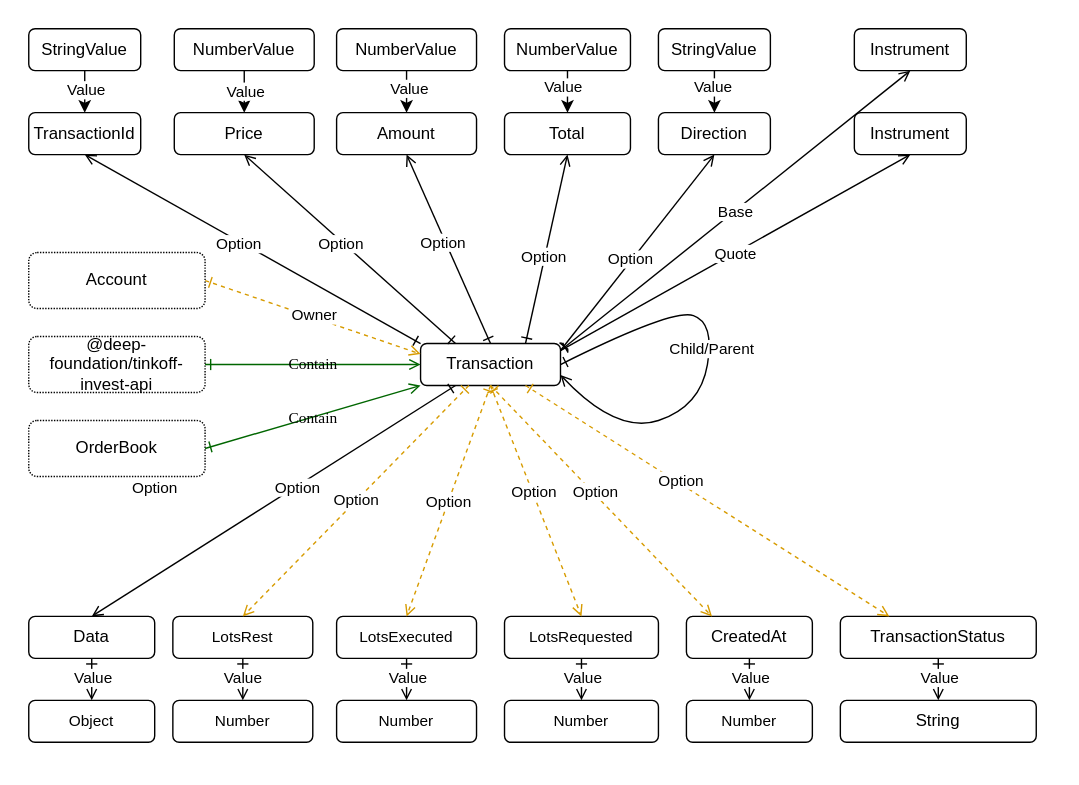
suenot/deep-tinkoff-invest-api keeps this draw.io diagram as src/transaction/Transaction.drawio.svg. Above is the earlier version. Source tidied: cells renumbered, new cells last; positions are measured from the earlier drawing's top-left corner, leaving out a move shared by most shapes.
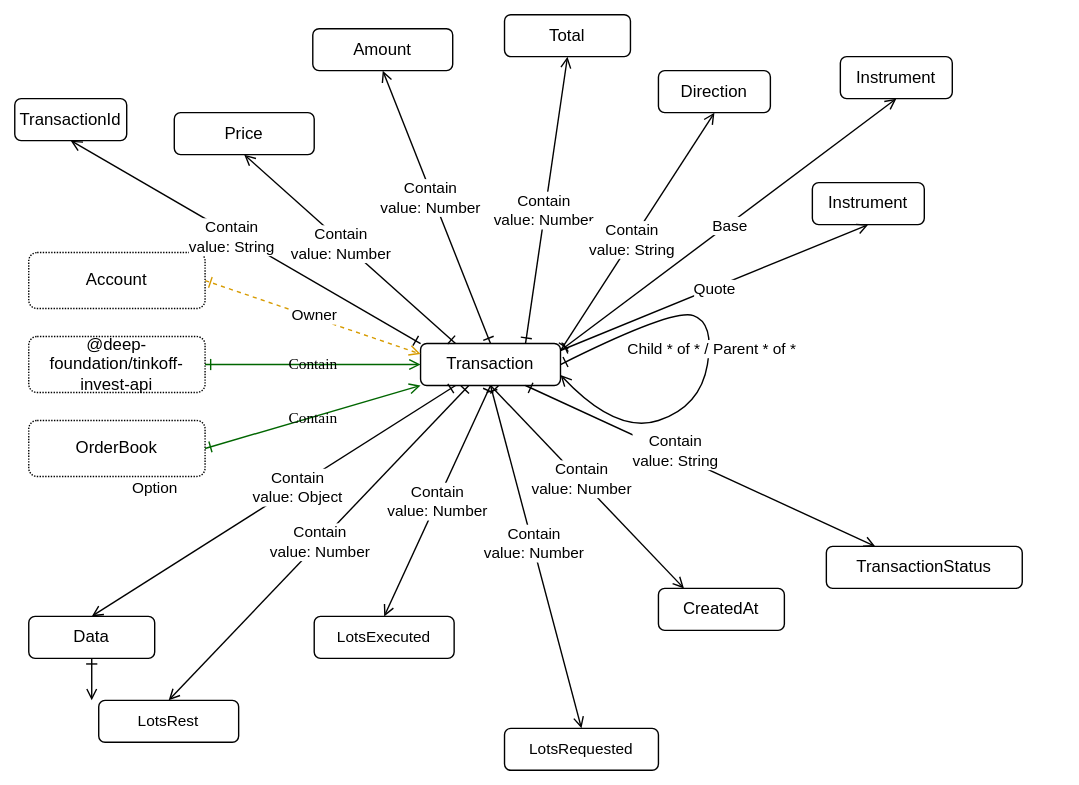
The same diagram one commit later.

Change to the diagram source:
```diff
@@ -8,39 +8,39 @@
     <mxCell id="3" style="edgeStyle=none;html=1;exitX=0.5;exitY=0;exitDx=0;exitDy=0;entryX=0.5;entryY=1;entryDx=0;entryDy=0;startArrow=ERone;startFill=0;endArrow=open;endFill=0;" parent="1" edge="1" source="5" target="6">
       <mxGeometry relative="1" as="geometry" />
     </mxCell>
-    <mxCell id="4" value="Option" style="edgeLabel;html=1;align=center;verticalAlign=middle;" parent="3" vertex="1">
+    <mxCell id="4" value="Contain&lt;br&gt;value: Number" style="edgeLabel;html=1;align=center;verticalAlign=middle;" parent="3" vertex="1">
       <mxGeometry x="0.08" y="2" relative="1" as="geometry" />
     </mxCell>
     <mxCell id="5" value="Transaction" style="rounded=1;whiteSpace=wrap;html=1;labelBackgroundColor=none;" parent="1" vertex="1">
       <mxGeometry x="300" y="245" width="100" height="30" as="geometry" />
     </mxCell>
     <mxCell id="6" value="Amount" style="rounded=1;whiteSpace=wrap;html=1;labelBackgroundColor=none;" parent="1" vertex="1">
-      <mxGeometry x="240" y="80" width="100" height="30" as="geometry" />
+      <mxGeometry x="223" y="20" width="100" height="30" as="geometry" />
     </mxCell>
     <mxCell id="7" style="edgeStyle=none;html=1;exitX=0.75;exitY=0;exitDx=0;exitDy=0;startArrow=ERone;startFill=0;entryX=0.5;entryY=1;entryDx=0;entryDy=0;endArrow=open;endFill=0;" parent="1" edge="1" source="5" target="9">
       <mxGeometry relative="1" as="geometry" />
     </mxCell>
-    <mxCell id="8" value="Option" style="edgeLabel;html=1;align=center;verticalAlign=middle;" parent="7" vertex="1">
+    <mxCell id="8" value="Contain&lt;br&gt;value: Number" style="edgeLabel;html=1;align=center;verticalAlign=middle;" parent="7" vertex="1">
       <mxGeometry x="-0.07" y="1" relative="1" as="geometry" />
     </mxCell>
     <mxCell id="9" value="Total" style="rounded=1;whiteSpace=wrap;html=1;labelBackgroundColor=none;" parent="1" vertex="1">
-      <mxGeometry x="360" y="80" width="90" height="30" as="geometry" />
+      <mxGeometry x="360" y="10" width="90" height="30" as="geometry" />
     </mxCell>
     <mxCell id="10" value="Direction" style="rounded=1;whiteSpace=wrap;html=1;labelBackgroundColor=none;" parent="1" vertex="1">
-      <mxGeometry x="470" y="80" width="80" height="30" as="geometry" />
+      <mxGeometry x="470" y="50" width="80" height="30" as="geometry" />
     </mxCell>
     <mxCell id="11" style="edgeStyle=none;html=1;startArrow=ERone;startFill=0;entryX=0.5;entryY=1;entryDx=0;entryDy=0;endArrow=open;endFill=0;strokeColor=#000000;" parent="1" edge="1" target="10">
       <mxGeometry relative="1" as="geometry">
         <mxPoint x="400" y="250" as="sourcePoint" />
       </mxGeometry>
     </mxCell>
-    <mxCell id="12" value="Option" style="edgeLabel;html=1;align=center;verticalAlign=middle;" parent="11" vertex="1">
+    <mxCell id="12" value="Contain&lt;br&gt;value: String" style="edgeLabel;html=1;align=center;verticalAlign=middle;" parent="11" vertex="1">
       <mxGeometry x="-0.07" y="1" relative="1" as="geometry" />
     </mxCell>
     <mxCell id="13" style="edgeStyle=none;html=1;exitX=0.25;exitY=0;exitDx=0;exitDy=0;startArrow=ERone;startFill=0;endArrow=open;endFill=0;entryX=0.5;entryY=1;entryDx=0;entryDy=0;" parent="1" edge="1" source="5" target="15">
       <mxGeometry relative="1" as="geometry" />
     </mxCell>
-    <mxCell id="14" value="Option" style="edgeLabel;html=1;align=center;verticalAlign=middle;" parent="13" vertex="1">
+    <mxCell id="14" value="Contain&lt;br&gt;value: Number" style="edgeLabel;html=1;align=center;verticalAlign=middle;" parent="13" vertex="1">
       <mxGeometry x="0.08" y="2" relative="1" as="geometry" />
     </mxCell>
     <mxCell id="15" value="Price" style="rounded=1;whiteSpace=wrap;html=1;labelBackgroundColor=none;" parent="1" vertex="1">
@@ -62,12 +62,12 @@
       <mxGeometry relative="1" as="geometry" />
     </mxCell>
     <mxCell id="21" value="CreatedAt" style="rounded=1;whiteSpace=wrap;html=1;labelBackgroundColor=none;" parent="1" vertex="1">
-      <mxGeometry x="490" y="440" width="90" height="30" as="geometry" />
+      <mxGeometry x="470" y="420" width="90" height="30" as="geometry" />
     </mxCell>
-    <mxCell id="22" style="edgeStyle=none;html=1;exitX=0.5;exitY=1;exitDx=0;exitDy=0;startArrow=ERone;startFill=0;entryX=0.203;entryY=0;entryDx=0;entryDy=0;endArrow=open;endFill=0;entryPerimeter=0;dashed=1;strokeColor=#D79B00;" parent="1" edge="1" source="5" target="21">
+    <mxCell id="22" style="edgeStyle=none;html=1;exitX=0.5;exitY=1;exitDx=0;exitDy=0;startArrow=ERone;startFill=0;entryX=0.203;entryY=0;entryDx=0;entryDy=0;endArrow=open;endFill=0;entryPerimeter=0;strokeColor=#000000;" parent="1" edge="1" source="5" target="21">
       <mxGeometry relative="1" as="geometry" />
     </mxCell>
-    <mxCell id="23" value="Option" style="edgeLabel;html=1;align=center;verticalAlign=middle;" parent="22" vertex="1">
+    <mxCell id="23" value="Contain&lt;br&gt;value: Number" style="edgeLabel;html=1;align=center;verticalAlign=middle;" parent="22" vertex="1">
       <mxGeometry x="-0.07" y="1" relative="1" as="geometry" />
     </mxCell>
     <mxCell id="24" value="OrderBook" style="rounded=1;whiteSpace=wrap;html=1;labelBackgroundColor=none;dashed=1;dashPattern=1 1;" parent="1" vertex="1">
@@ -77,27 +77,27 @@
       <mxGeometry relative="1" as="geometry" />
     </mxCell>
     <mxCell id="26" value="TransactionId" style="rounded=1;whiteSpace=wrap;html=1;labelBackgroundColor=none;" parent="1" vertex="1">
-      <mxGeometry x="20" y="80" width="80" height="30" as="geometry" />
+      <mxGeometry x="10" y="70" width="80" height="30" as="geometry" />
     </mxCell>
     <mxCell id="27" style="edgeStyle=none;html=1;exitX=0;exitY=0;exitDx=0;exitDy=0;startArrow=ERone;startFill=0;endArrow=open;endFill=0;entryX=0.5;entryY=1;entryDx=0;entryDy=0;" parent="1" edge="1" source="5" target="26">
       <mxGeometry relative="1" as="geometry" />
     </mxCell>
-    <mxCell id="28" value="Option" style="edgeLabel;html=1;align=center;verticalAlign=middle;" parent="27" vertex="1">
+    <mxCell id="28" value="Contain&lt;br&gt;value: String" style="edgeLabel;html=1;align=center;verticalAlign=middle;" parent="27" vertex="1">
       <mxGeometry x="0.08" y="2" relative="1" as="geometry" />
     </mxCell>
     <mxCell id="29" value="&lt;span style=&quot;font-size: 11px ; background-color: rgb(255 , 255 , 255)&quot;&gt;LotsRequested&lt;/span&gt;" style="rounded=1;whiteSpace=wrap;html=1;labelBackgroundColor=none;" parent="1" vertex="1">
-      <mxGeometry x="360" y="440" width="110" height="30" as="geometry" />
+      <mxGeometry x="360" y="520" width="110" height="30" as="geometry" />
     </mxCell>
-    <mxCell id="30" style="edgeStyle=none;html=1;exitX=0.5;exitY=1;exitDx=0;exitDy=0;startArrow=ERone;startFill=0;entryX=0.5;entryY=0;entryDx=0;entryDy=0;endArrow=open;endFill=0;dashed=1;strokeColor=#D79B00;" parent="1" edge="1" source="5" target="29">
+    <mxCell id="30" style="edgeStyle=none;html=1;exitX=0.5;exitY=1;exitDx=0;exitDy=0;startArrow=ERone;startFill=0;entryX=0.5;entryY=0;entryDx=0;entryDy=0;endArrow=open;endFill=0;strokeColor=#000000;" parent="1" edge="1" source="5" target="29">
       <mxGeometry relative="1" as="geometry" />
     </mxCell>
-    <mxCell id="31" value="Option" style="edgeLabel;html=1;align=center;verticalAlign=middle;" parent="30" vertex="1">
+    <mxCell id="31" value="Contain&lt;br&gt;value: Number" style="edgeLabel;html=1;align=center;verticalAlign=middle;" parent="30" vertex="1">
       <mxGeometry x="-0.07" y="1" relative="1" as="geometry" />
     </mxCell>
     <mxCell id="32" value="&lt;span style=&quot;font-size: 11px ; background-color: rgb(255 , 255 , 255)&quot;&gt;LotsExecuted&lt;/span&gt;" style="rounded=1;whiteSpace=wrap;html=1;labelBackgroundColor=none;" parent="1" vertex="1">
-      <mxGeometry x="240" y="440" width="100" height="30" as="geometry" />
+      <mxGeometry x="224" y="440" width="100" height="30" as="geometry" />
     </mxCell>
-    <mxCell id="33" value="Option" style="edgeStyle=none;html=1;exitX=0.5;exitY=1;exitDx=0;exitDy=0;startArrow=ERone;startFill=0;entryX=0.5;entryY=0;entryDx=0;entryDy=0;endArrow=open;endFill=0;dashed=1;strokeColor=#D79B00;" parent="1" edge="1" source="5" target="32">
+    <mxCell id="33" value="Contain&lt;br&gt;value: Number" style="edgeStyle=none;html=1;exitX=0.5;exitY=1;exitDx=0;exitDy=0;startArrow=ERone;startFill=0;entryX=0.5;entryY=0;entryDx=0;entryDy=0;endArrow=open;endFill=0;strokeColor=#000000;" parent="1" edge="1" source="5" target="32">
       <mxGeometry relative="1" as="geometry" />
     </mxCell>
     <mxCell id="34" value="Data" style="rounded=1;whiteSpace=wrap;html=1;labelBackgroundColor=none;" parent="1" vertex="1">
@@ -106,112 +106,23 @@
     <mxCell id="35" style="edgeStyle=none;html=1;exitX=0.25;exitY=1;exitDx=0;exitDy=0;startArrow=ERone;startFill=0;entryX=0.5;entryY=0;entryDx=0;entryDy=0;endArrow=open;endFill=0;" parent="1" edge="1" source="5" target="34">
       <mxGeometry relative="1" as="geometry" />
     </mxCell>
-    <mxCell id="36" value="Option" style="edgeLabel;html=1;align=center;verticalAlign=middle;" parent="35" vertex="1">
+    <mxCell id="36" value="Contain&lt;br&gt;value: Object" style="edgeLabel;html=1;align=center;verticalAlign=middle;" parent="35" vertex="1">
       <mxGeometry x="-0.12" relative="1" as="geometry" />
     </mxCell>
     <mxCell id="37" value="&lt;span&gt;TransactionStatus&lt;/span&gt;" style="rounded=1;whiteSpace=wrap;html=1;labelBackgroundColor=none;" parent="1" vertex="1">
-      <mxGeometry x="600" y="440" width="140" height="30" as="geometry" />
+      <mxGeometry x="590" y="390" width="140" height="30" as="geometry" />
     </mxCell>
-    <mxCell id="38" style="edgeStyle=none;html=1;exitX=0.75;exitY=1;exitDx=0;exitDy=0;startArrow=ERone;startFill=0;entryX=0.25;entryY=0;entryDx=0;entryDy=0;endArrow=open;endFill=0;dashed=1;strokeColor=#D79B00;" parent="1" edge="1" source="5" target="37">
+    <mxCell id="38" style="edgeStyle=none;html=1;exitX=0.75;exitY=1;exitDx=0;exitDy=0;startArrow=ERone;startFill=0;entryX=0.25;entryY=0;entryDx=0;entryDy=0;endArrow=open;endFill=0;strokeColor=#000000;" parent="1" edge="1" source="5" target="37">
       <mxGeometry relative="1" as="geometry" />
     </mxCell>
-    <mxCell id="39" value="Option" style="edgeLabel;html=1;align=center;verticalAlign=middle;" parent="38" vertex="1">
+    <mxCell id="39" value="Contain&lt;br&gt;value: String" style="edgeLabel;html=1;align=center;verticalAlign=middle;" parent="38" vertex="1">
       <mxGeometry x="-0.16" y="2" relative="1" as="geometry" />
     </mxCell>
-    <mxCell id="40" value="&lt;span style=&quot;font-size: 11px ; background-color: rgb(255 , 255 , 255)&quot;&gt;Number&lt;/span&gt;" style="rounded=1;whiteSpace=wrap;html=1;labelBackgroundColor=none;" parent="1" vertex="1">
-      <mxGeometry x="360" y="500" width="110" height="30" as="geometry" />
-    </mxCell>
-    <mxCell id="41" style="edgeStyle=none;html=1;exitX=0.5;exitY=1;exitDx=0;exitDy=0;startArrow=ERone;startFill=0;entryX=0.5;entryY=0;entryDx=0;entryDy=0;endArrow=open;endFill=0;" parent="1" edge="1" source="29" target="40">
-      <mxGeometry relative="1" as="geometry" />
-    </mxCell>
-    <mxCell id="42" value="Value" style="edgeLabel;html=1;align=center;verticalAlign=middle;" parent="41" vertex="1">
-      <mxGeometry x="-0.12" relative="1" as="geometry" />
-    </mxCell>
-    <mxCell id="43" value="&lt;span style=&quot;font-size: 11px ; background-color: rgb(255 , 255 , 255)&quot;&gt;Number&lt;/span&gt;" style="rounded=1;whiteSpace=wrap;html=1;labelBackgroundColor=none;" parent="1" vertex="1">
-      <mxGeometry x="240" y="500" width="100" height="30" as="geometry" />
-    </mxCell>
-    <mxCell id="44" style="edgeStyle=none;html=1;exitX=0.5;exitY=1;exitDx=0;exitDy=0;startArrow=ERone;startFill=0;endArrow=open;endFill=0;" parent="1" edge="1" source="32" target="43">
-      <mxGeometry relative="1" as="geometry" />
-    </mxCell>
-    <mxCell id="45" value="Value" style="edgeLabel;html=1;align=center;verticalAlign=middle;" parent="44" vertex="1">
-      <mxGeometry x="-0.12" relative="1" as="geometry" />
-    </mxCell>
-    <mxCell id="46" value="&lt;span style=&quot;font-size: 11px ; background-color: rgb(255 , 255 , 255)&quot;&gt;Object&lt;/span&gt;" style="rounded=1;whiteSpace=wrap;html=1;labelBackgroundColor=none;" parent="1" vertex="1">
-      <mxGeometry x="20" y="500" width="90" height="30" as="geometry" />
-    </mxCell>
-    <mxCell id="47" style="edgeStyle=none;html=1;exitX=0.5;exitY=1;exitDx=0;exitDy=0;startArrow=ERone;startFill=0;endArrow=open;endFill=0;" parent="1" edge="1" source="34" target="46">
-      <mxGeometry relative="1" as="geometry" />
+    <mxCell id="47" style="edgeStyle=none;html=1;exitX=0.5;exitY=1;exitDx=0;exitDy=0;startArrow=ERone;startFill=0;endArrow=open;endFill=0;" parent="1" edge="1" source="34">
+      <mxGeometry relative="1" as="geometry">
+        <mxPoint x="65" y="500" as="targetPoint" />
+      </mxGeometry>
     </mxCell>
-    <mxCell id="48" value="Value" style="edgeLabel;html=1;align=center;verticalAlign=middle;" parent="47" vertex="1">
-      <mxGeometry x="-0.12" relative="1" as="geometry" />
-    </mxCell>
-    <mxCell id="49" value="&lt;span style=&quot;font-size: 11px ; background-color: rgb(255 , 255 , 255)&quot;&gt;Number&lt;/span&gt;" style="rounded=1;whiteSpace=wrap;html=1;labelBackgroundColor=none;" parent="1" vertex="1">
-      <mxGeometry x="490" y="500" width="90" height="30" as="geometry" />
-    </mxCell>
-    <mxCell id="50" style="edgeStyle=none;html=1;startArrow=ERone;startFill=0;entryX=0.5;entryY=0;entryDx=0;entryDy=0;endArrow=open;endFill=0;exitX=0.5;exitY=1;exitDx=0;exitDy=0;" parent="1" edge="1" source="21" target="49">
-      <mxGeometry relative="1" as="geometry" />
-    </mxCell>
-    <mxCell id="51" value="Value" style="edgeLabel;html=1;align=center;verticalAlign=middle;" parent="50" vertex="1">
-      <mxGeometry x="-0.12" relative="1" as="geometry" />
-    </mxCell>
-    <mxCell id="52" value="String" style="rounded=1;whiteSpace=wrap;html=1;labelBackgroundColor=none;" parent="1" vertex="1">
-      <mxGeometry x="600" y="500" width="140" height="30" as="geometry" />
-    </mxCell>
-    <mxCell id="53" style="edgeStyle=none;html=1;startArrow=ERone;startFill=0;entryX=0.5;entryY=0;entryDx=0;entryDy=0;endArrow=open;endFill=0;exitX=0.5;exitY=1;exitDx=0;exitDy=0;" parent="1" edge="1" source="37" target="52">
-      <mxGeometry relative="1" as="geometry" />
-    </mxCell>
-    <mxCell id="54" value="Value" style="edgeLabel;html=1;align=center;verticalAlign=middle;" parent="53" vertex="1">
-      <mxGeometry x="-0.12" relative="1" as="geometry" />
-    </mxCell>
-    <mxCell id="55" style="edgeStyle=none;html=1;exitX=0.5;exitY=1;exitDx=0;exitDy=0;entryX=0.5;entryY=0;entryDx=0;entryDy=0;" parent="1" edge="1" source="57" target="10">
-      <mxGeometry relative="1" as="geometry" />
-    </mxCell>
-    <mxCell id="56" value="Value" style="edgeLabel;html=1;align=center;verticalAlign=middle;" parent="55" vertex="1">
-      <mxGeometry x="-0.3" y="-2" relative="1" as="geometry" />
-    </mxCell>
-    <mxCell id="57" value="StringValue" style="rounded=1;whiteSpace=wrap;html=1;labelBackgroundColor=none;" parent="1" vertex="1">
-      <mxGeometry x="470" y="20" width="80" height="30" as="geometry" />
-    </mxCell>
-    <mxCell id="58" style="edgeStyle=none;html=1;exitX=0.5;exitY=1;exitDx=0;exitDy=0;entryX=0.5;entryY=0;entryDx=0;entryDy=0;" parent="1" edge="1" source="60" target="9">
-      <mxGeometry relative="1" as="geometry" />
-    </mxCell>
-    <mxCell id="59" value="Value" style="edgeLabel;html=1;align=center;verticalAlign=middle;" parent="58" vertex="1">
-      <mxGeometry x="-0.3" y="-4" relative="1" as="geometry" />
-    </mxCell>
-    <mxCell id="60" value="NumberValue" style="rounded=1;whiteSpace=wrap;html=1;labelBackgroundColor=none;" parent="1" vertex="1">
-      <mxGeometry x="360" y="20" width="90" height="30" as="geometry" />
-    </mxCell>
-    <mxCell id="61" style="edgeStyle=none;html=1;exitX=0.5;exitY=1;exitDx=0;exitDy=0;entryX=0.5;entryY=0;entryDx=0;entryDy=0;" parent="1" edge="1" source="63" target="6">
-      <mxGeometry relative="1" as="geometry" />
-    </mxCell>
-    <mxCell id="62" value="Value" style="edgeLabel;html=1;align=center;verticalAlign=middle;" parent="61" vertex="1">
-      <mxGeometry x="-0.23" y="1" relative="1" as="geometry" />
-    </mxCell>
-    <mxCell id="63" value="NumberValue" style="rounded=1;whiteSpace=wrap;html=1;labelBackgroundColor=none;" parent="1" vertex="1">
-      <mxGeometry x="240" y="20" width="100" height="30" as="geometry" />
-    </mxCell>
-    <mxCell id="64" style="edgeStyle=none;html=1;exitX=0.5;exitY=1;exitDx=0;exitDy=0;" parent="1" edge="1" source="66">
-      <mxGeometry relative="1" as="geometry">
-        <mxPoint x="174" y="80" as="targetPoint" />
-      </mxGeometry>
-    </mxCell>
-    <mxCell id="65" value="Value" style="edgeLabel;html=1;align=center;verticalAlign=middle;" parent="64" vertex="1">
-      <mxGeometry x="-0.1" relative="1" as="geometry" />
-    </mxCell>
-    <mxCell id="66" value="NumberValue" style="rounded=1;whiteSpace=wrap;html=1;labelBackgroundColor=none;" parent="1" vertex="1">
-      <mxGeometry x="124" y="20" width="100" height="30" as="geometry" />
-    </mxCell>
-    <mxCell id="67" style="edgeStyle=none;html=1;" parent="1" edge="1" source="69" target="26">
-      <mxGeometry relative="1" as="geometry" />
-    </mxCell>
-    <mxCell id="68" value="Value" style="edgeLabel;html=1;align=center;verticalAlign=middle;" parent="67" vertex="1">
-      <mxGeometry x="-0.17" relative="1" as="geometry">
-        <mxPoint y="1" as="offset" />
-      </mxGeometry>
-    </mxCell>
-    <mxCell id="69" value="StringValue" style="rounded=1;whiteSpace=wrap;html=1;labelBackgroundColor=none;" parent="1" vertex="1">
-      <mxGeometry x="20" y="20" width="80" height="30" as="geometry" />
-    </mxCell>
     <mxCell id="70" style="edgeStyle=none;html=1;startArrow=ERone;startFill=0;endArrow=open;endFill=0;strokeColor=#000000;exitX=1;exitY=0.5;exitDx=0;exitDy=0;curved=1;entryX=1;entryY=0.75;entryDx=0;entryDy=0;" parent="1" edge="1" source="5" target="5">
       <mxGeometry relative="1" as="geometry">
         <Array as="points">
@@ -222,11 +133,11 @@
         </Array>
       </mxGeometry>
     </mxCell>
-    <mxCell id="71" value="Child/Parent" style="edgeLabel;html=1;align=center;verticalAlign=middle;" parent="70" vertex="1">
+    <mxCell id="71" value="Child * of * / Parent * of *" style="edgeLabel;html=1;align=center;verticalAlign=middle;" parent="70" vertex="1">
       <mxGeometry x="-0.07" y="1" relative="1" as="geometry" />
     </mxCell>
     <mxCell id="72" value="Instrument" style="rounded=1;whiteSpace=wrap;html=1;labelBackgroundColor=none;" parent="1" vertex="1">
-      <mxGeometry x="610" y="80" width="80" height="30" as="geometry" />
+      <mxGeometry x="580" y="130" width="80" height="30" as="geometry" />
     </mxCell>
     <mxCell id="73" style="edgeStyle=none;html=1;startArrow=ERone;startFill=0;entryX=0.5;entryY=1;entryDx=0;entryDy=0;endArrow=open;endFill=0;strokeColor=#000000;" parent="1" edge="1" target="72">
       <mxGeometry relative="1" as="geometry">
@@ -237,7 +148,7 @@
       <mxGeometry relative="1" as="geometry" />
     </mxCell>
     <mxCell id="75" value="Instrument" style="rounded=1;whiteSpace=wrap;html=1;labelBackgroundColor=none;" parent="1" vertex="1">
-      <mxGeometry x="610" y="20" width="80" height="30" as="geometry" />
+      <mxGeometry x="600" y="40" width="80" height="30" as="geometry" />
     </mxCell>
     <mxCell id="76" style="edgeStyle=none;html=1;startArrow=ERone;startFill=0;entryX=0.5;entryY=1;entryDx=0;entryDy=0;endArrow=open;endFill=0;strokeColor=#000000;" parent="1" edge="1" target="75">
       <mxGeometry relative="1" as="geometry">
@@ -248,22 +159,13 @@
       <mxGeometry relative="1" as="geometry" />
     </mxCell>
     <mxCell id="78" value="&lt;span style=&quot;font-size: 11px ; background-color: rgb(255 , 255 , 255)&quot;&gt;LotsRest&lt;/span&gt;" style="rounded=1;whiteSpace=wrap;html=1;labelBackgroundColor=none;" parent="1" vertex="1">
-      <mxGeometry x="123" y="440" width="100" height="30" as="geometry" />
+      <mxGeometry x="70" y="500" width="100" height="30" as="geometry" />
     </mxCell>
-    <mxCell id="79" value="Option" style="edgeStyle=none;html=1;exitX=0.345;exitY=1;exitDx=0;exitDy=0;startArrow=ERone;startFill=0;entryX=0.5;entryY=0;entryDx=0;entryDy=0;endArrow=open;endFill=0;dashed=1;strokeColor=#D79B00;exitPerimeter=0;" parent="1" edge="1" source="5" target="78">
+    <mxCell id="79" value="Contain&lt;br&gt;value: Number" style="edgeStyle=none;html=1;exitX=0.345;exitY=1;exitDx=0;exitDy=0;startArrow=ERone;startFill=0;entryX=0.5;entryY=0;entryDx=0;entryDy=0;endArrow=open;endFill=0;strokeColor=#000000;exitPerimeter=0;" parent="1" edge="1" source="5" target="78">
       <mxGeometry relative="1" as="geometry" />
     </mxCell>
     <mxCell id="80" value="Option" style="edgeLabel;html=1;align=center;verticalAlign=middle;" parent="1" vertex="1">
       <mxGeometry x="110" y="347.3" as="geometry" />
     </mxCell>
-    <mxCell id="81" value="&lt;span style=&quot;font-size: 11px ; background-color: rgb(255 , 255 , 255)&quot;&gt;Number&lt;/span&gt;" style="rounded=1;whiteSpace=wrap;html=1;labelBackgroundColor=none;" parent="1" vertex="1">
-      <mxGeometry x="123" y="500" width="100" height="30" as="geometry" />
-    </mxCell>
-    <mxCell id="82" style="edgeStyle=none;html=1;exitX=0.5;exitY=1;exitDx=0;exitDy=0;startArrow=ERone;startFill=0;endArrow=open;endFill=0;" parent="1" edge="1" source="78" target="81">
-      <mxGeometry relative="1" as="geometry" />
-    </mxCell>
-    <mxCell id="83" value="Value" style="edgeLabel;html=1;align=center;verticalAlign=middle;" parent="82" vertex="1">
-      <mxGeometry x="-0.12" relative="1" as="geometry" />
-    </mxCell>
   </root>
 </mxGraphModel>
```
